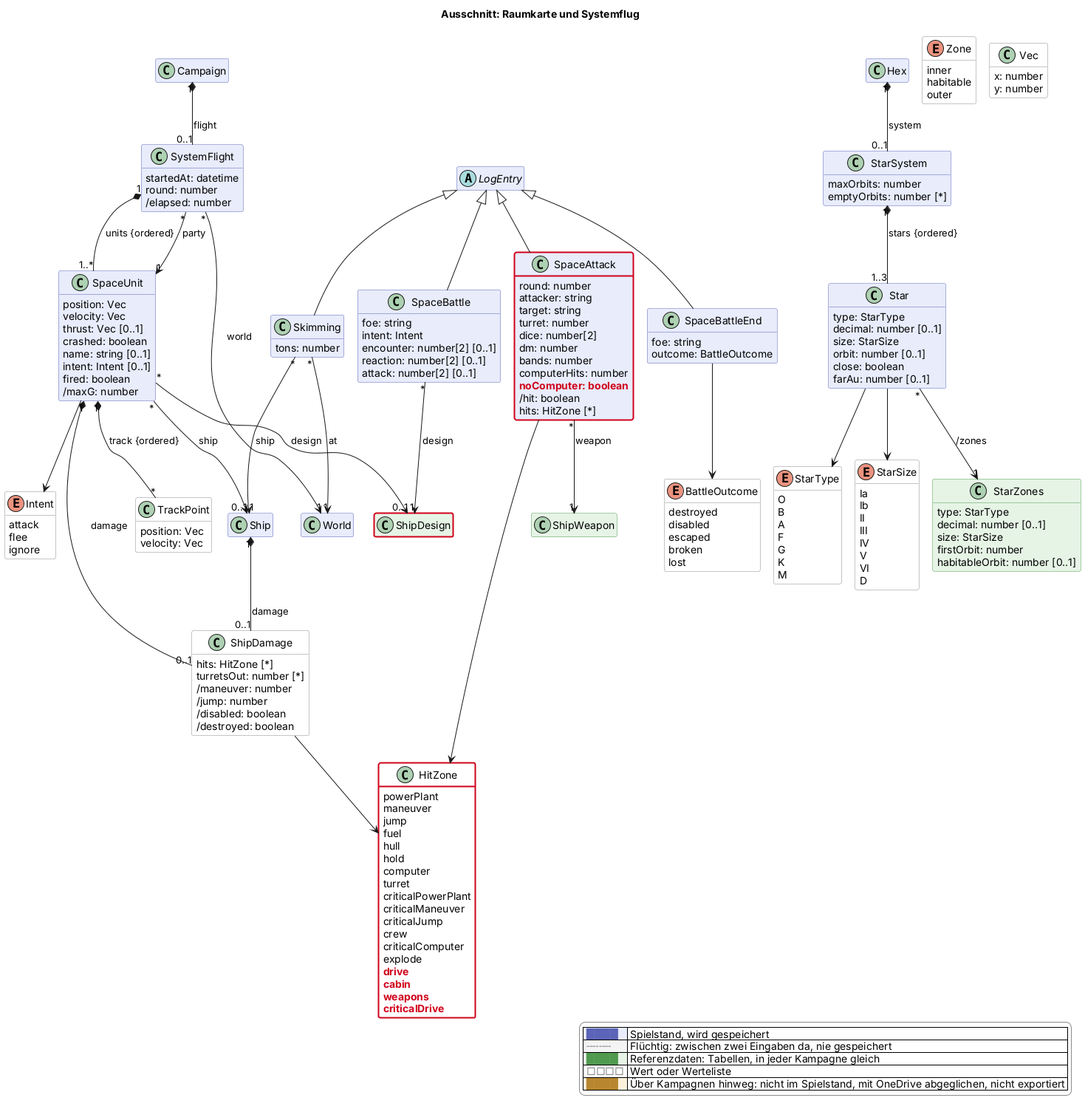
This is docs/views/raum.png from scuzzar/SRE, a PlantUML export, as it was before one commit.
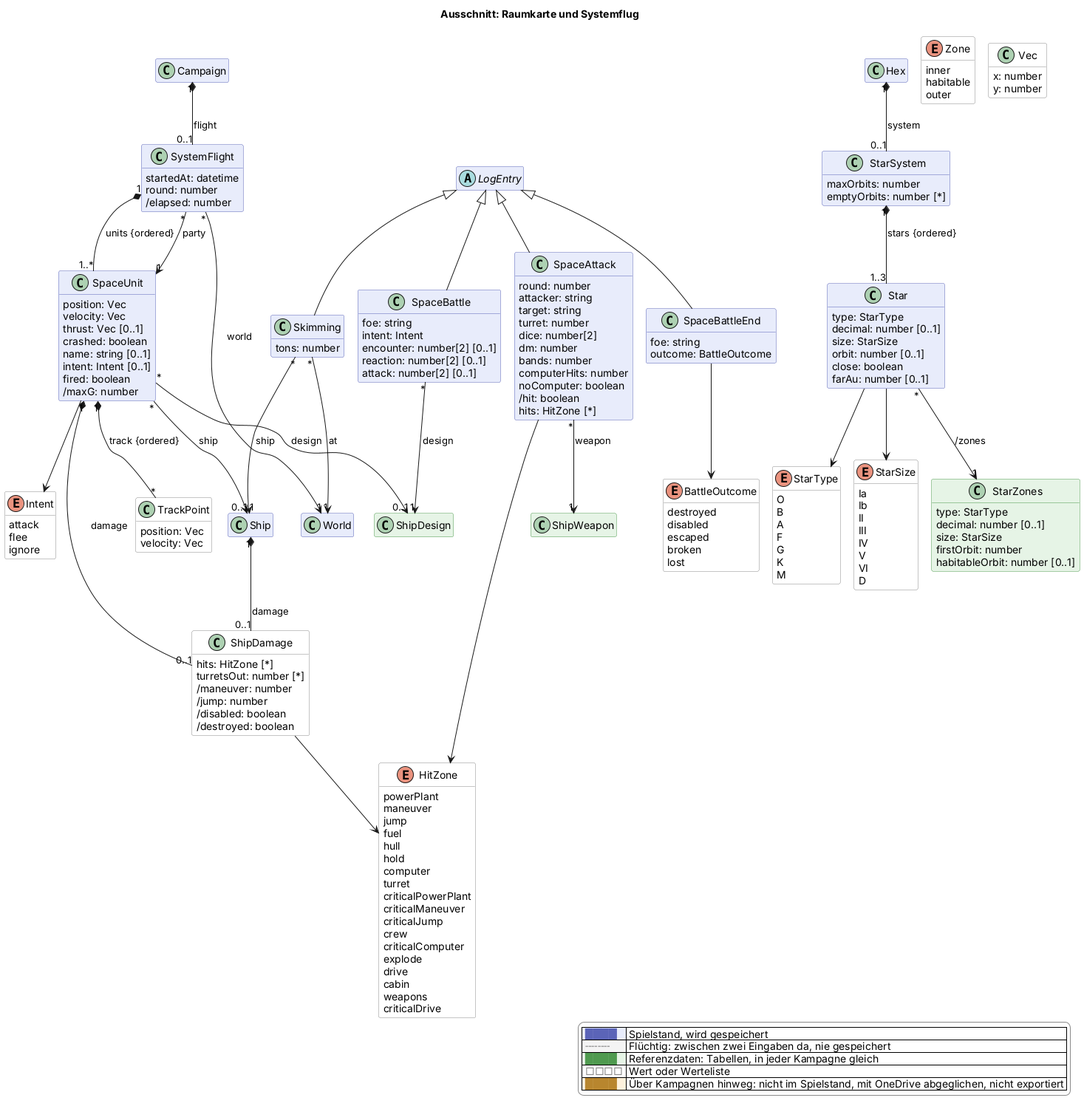
After the commit.

The edit, as a diff of the source:
```diff
@@ -149,10 +149,10 @@
     crew
     criticalComputer
     explode
-    $new("2026-11-22", "drive")
-    $new("2026-11-22", "cabin")
-    $new("2026-11-22", "weapons")
-    $new("2026-11-22", "criticalDrive")
+    drive
+    cabin
+    weapons
+    criticalDrive
   }
   enum Intent <<value>> $raum {
     attack
@@ -175,7 +175,7 @@
     dm: number
     bands: number
     computerHits: number
-    $new("2026-11-22", "noComputer: boolean")
+    noComputer: boolean
     /hit: boolean
     hits: HitZone [*]
   }
@@ -267,7 +267,4 @@
   |<#ffffff> <color:#8a8a8a>□□□□</color> | Wert oder Werteliste |
   |<#fdf1dc> <color:#b8862e>████</color> | Über Kampagnen hinweg: nicht im Spielstand, mit OneDrive abgeglichen, nicht exportiert |
 endlegend
-class ShipDesign #line:d0021b;line.bold
-class HitZone #line:d0021b;line.bold
-class SpaceAttack #line:d0021b;line.bold
 @enduml
```
